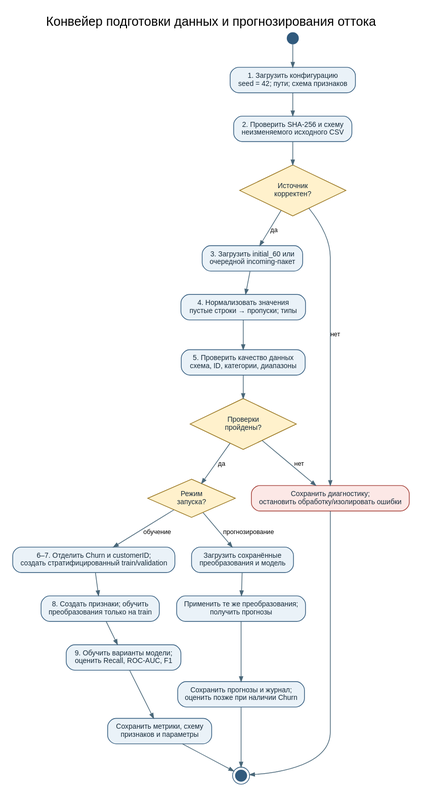
Before: reports/pipeline/diagrams/ml_pipeline_activity.svg, a diagram exported from PlantUML (Lofold/telco-customer-churn-ml). Its source is kept beside it as reports/pipeline/diagrams/ml_pipeline_activity.puml.
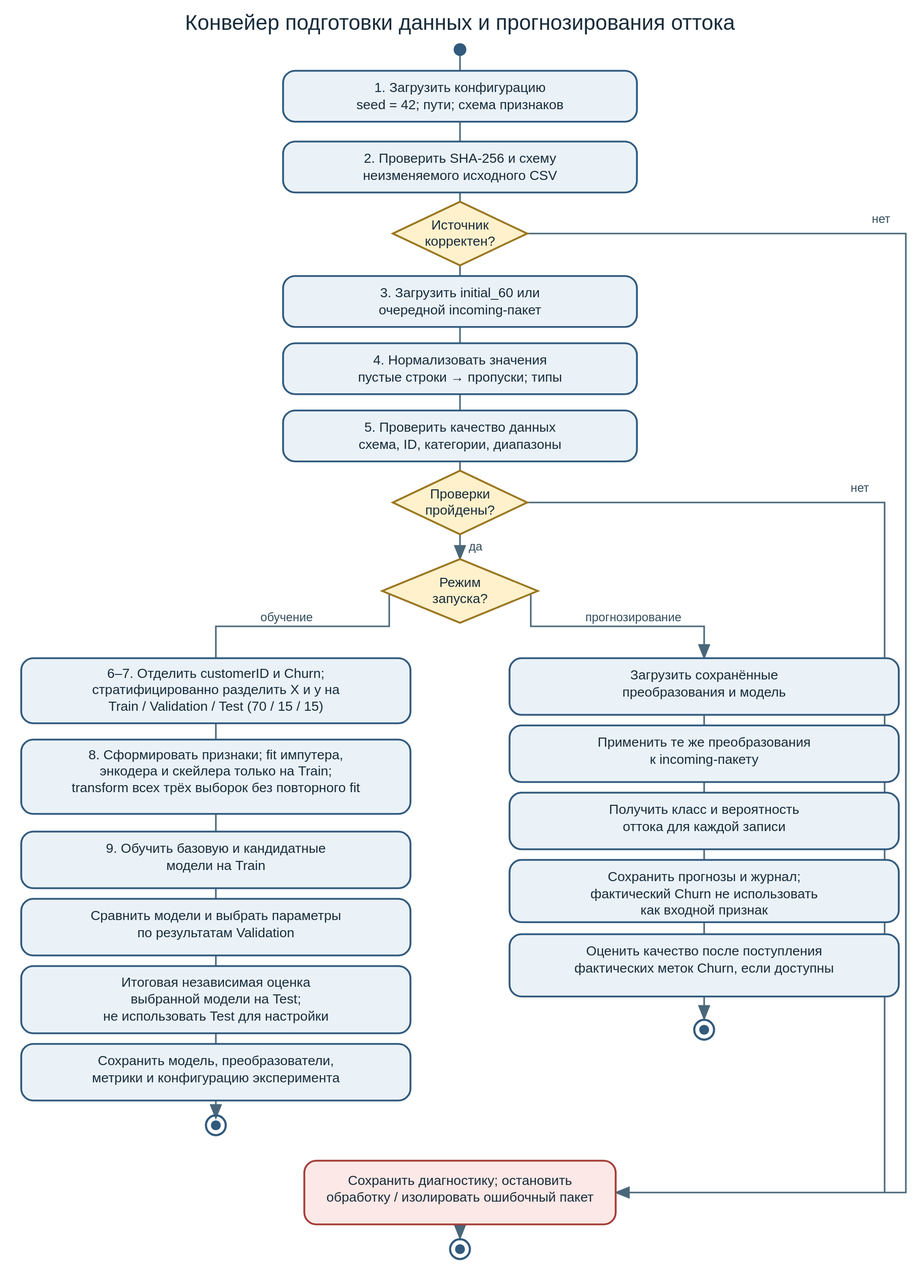
Later version of the same file.

Commit message:
chore: align pipeline and EDA reports with coursework v3.2

Diff of the diagram source:
```diff
@@ -19,11 +19,12 @@
    if (Quality checks pass?) then (yes)
      :Separate Churn target and customerID;
      if (Development/training run?) then (yes)
-       :Create stratified train/validation split\n(random_state=42);
+       :Create stratified train/validation/test split\n(70/15/15, random_state=42);
        :Fit preprocessing on train only;
        :Create candidate engineered features;
-       :Train baseline and candidate models;
-       :Evaluate Recall, ROC-AUC and F1;
+       :Train baseline and candidate models on train;
+       :Select model and hyperparameters using validation;
+       :Evaluate selected model once on test;
        :Save metrics, feature schema and configuration;
      else (incoming batch)
        :Load saved preprocessing and model;
```
